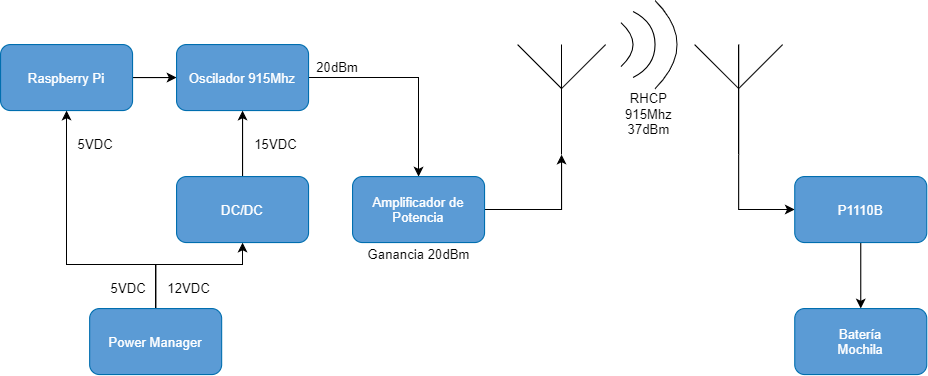
The draw.io diagram Utils/Drawio/EsquemaHardwareAntenas.png in tlondero/Dise-o, before a commit. Source tidied: cells renumbered, new cells last; positions are measured from the earlier drawing's top-left corner, leaving out a move shared by most shapes.
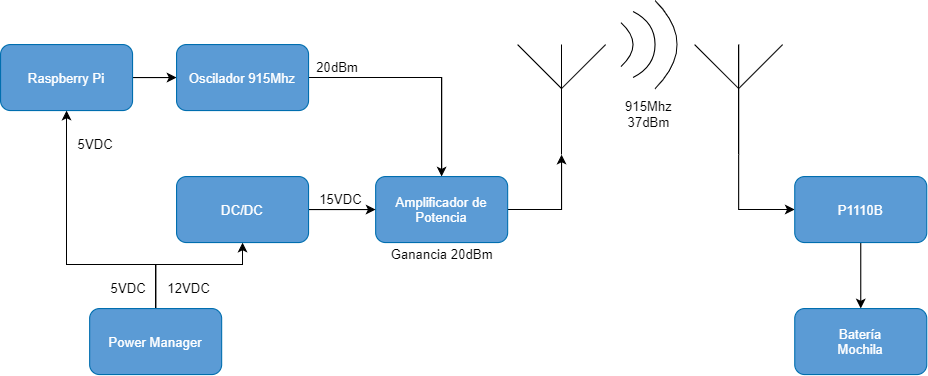
Above is the later version.

What changed in the source:
```diff
@@ -18,7 +18,7 @@
       <mxGeometry relative="1" as="geometry" />
     </mxCell>
     <mxCell id="7" value="Amplificador de Potencia" style="rounded=1;whiteSpace=wrap;html=1;strokeColor=#006EAF;fontColor=#ffffff;fillColor=#5B9BD5;" parent="1" vertex="1">
-      <mxGeometry x="320" y="160" width="120" height="60" as="geometry" />
+      <mxGeometry x="341" y="160" width="120" height="60" as="geometry" />
     </mxCell>
     <mxCell id="8" style="verticalLabelPosition=bottom;shadow=0;dashed=0;align=center;html=1;verticalAlign=top;shape=mxgraph.electrical.radio.aerial_-_antenna_1;rotation=0;" parent="1" vertex="1">
       <mxGeometry x="470" y="40" width="80" height="100" as="geometry" />
@@ -87,9 +87,9 @@
     <mxCell id="19" value="Power Manager" style="rounded=1;whiteSpace=wrap;html=1;strokeColor=#006EAF;fontColor=#ffffff;fillColor=#5B9BD5;" parent="1" vertex="1">
       <mxGeometry x="81" y="280" width="120" height="60" as="geometry" />
     </mxCell>
-    <mxCell id="20" style="edgeStyle=orthogonalEdgeStyle;rounded=0;jettySize=auto;html=1;" parent="1" edge="1" source="21" target="5">
-      <mxGeometry relative="1" as="geometry" />
-    </mxCell>
+    <mxCell id="29" style="edgeStyle=orthogonalEdgeStyle;rounded=0;jettySize=auto;html=1;entryX=0;entryY=0.5;entryDx=0;entryDy=0;" parent="1" edge="1" source="21" target="7">
+      <mxGeometry relative="1" as="geometry" />
+    </mxCell>
     <mxCell id="21" value="DC/DC" style="rounded=1;whiteSpace=wrap;html=1;strokeColor=#006EAF;fontColor=#ffffff;fillColor=#5B9BD5;" parent="1" vertex="1">
       <mxGeometry x="160" y="160" width="120" height="60" as="geometry" />
     </mxCell>
@@ -97,10 +97,10 @@
       <mxGeometry x="61" y="120" width="50" height="20" as="geometry" />
     </mxCell>
     <mxCell id="23" value="15VDC" style="text;html=1;align=center;verticalAlign=middle;strokeColor=none;fillColor=none;" parent="1" vertex="1">
-      <mxGeometry x="225" y="120" width="50" height="20" as="geometry" />
+      <mxGeometry x="284" y="170" width="50" height="20" as="geometry" />
     </mxCell>
-    <mxCell id="24" value="RHCP&lt;br&gt;915Mhz&lt;br&gt;37dBm" style="text;html=1;align=center;verticalAlign=middle;strokeColor=none;fillColor=none;" parent="1" vertex="1">
-      <mxGeometry x="559" y="78" width="60" height="50" as="geometry" />
+    <mxCell id="24" value="915Mhz&lt;br&gt;37dBm" style="text;html=1;align=center;verticalAlign=middle;strokeColor=none;fillColor=none;" parent="1" vertex="1">
+      <mxGeometry x="559" y="88" width="60" height="30" as="geometry" />
     </mxCell>
     <mxCell id="25" value="12VDC" style="text;html=1;align=center;verticalAlign=middle;strokeColor=none;fillColor=none;" parent="1" vertex="1">
       <mxGeometry x="146" y="251" width="50" height="20" as="geometry" />
@@ -109,7 +109,7 @@
       <mxGeometry x="281" y="50" width="50" height="20" as="geometry" />
     </mxCell>
     <mxCell id="27" value="Ganancia 20dBm" style="text;html=1;align=center;verticalAlign=middle;strokeColor=none;fillColor=none;" parent="1" vertex="1">
-      <mxGeometry x="325" y="220" width="110" height="20" as="geometry" />
+      <mxGeometry x="346" y="220" width="110" height="20" as="geometry" />
     </mxCell>
     <mxCell id="28" value="5VDC" style="text;html=1;align=center;verticalAlign=middle;strokeColor=none;fillColor=none;" parent="1" vertex="1">
       <mxGeometry x="91" y="251" width="50" height="20" as="geometry" />
```
